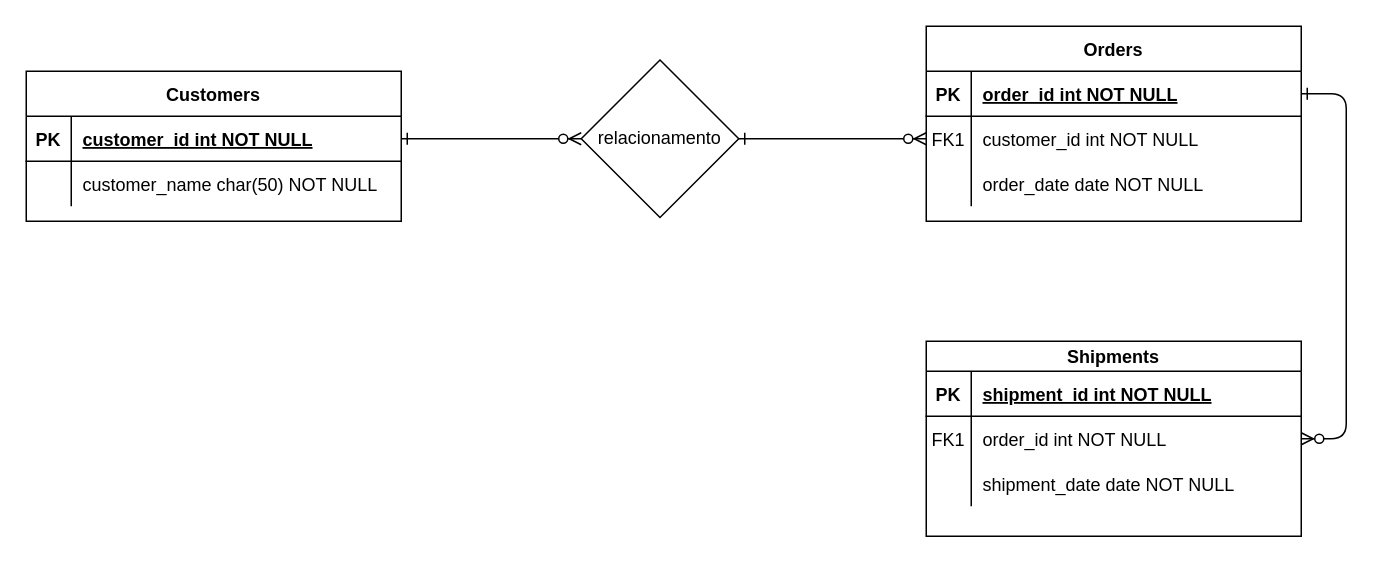
Above: Diagrama sem nome.drawio in malucsta/gerenciamento-de-bolsas (draw.io), before the change. Source tidied: cells renumbered, new cells numbered last; positions are measured from the earlier drawing's top-left corner, leaving out a move shared by most shapes. Both pictures are drawn from the tidied source at 150%, with x=0, y=0 at pixel (26, 26).
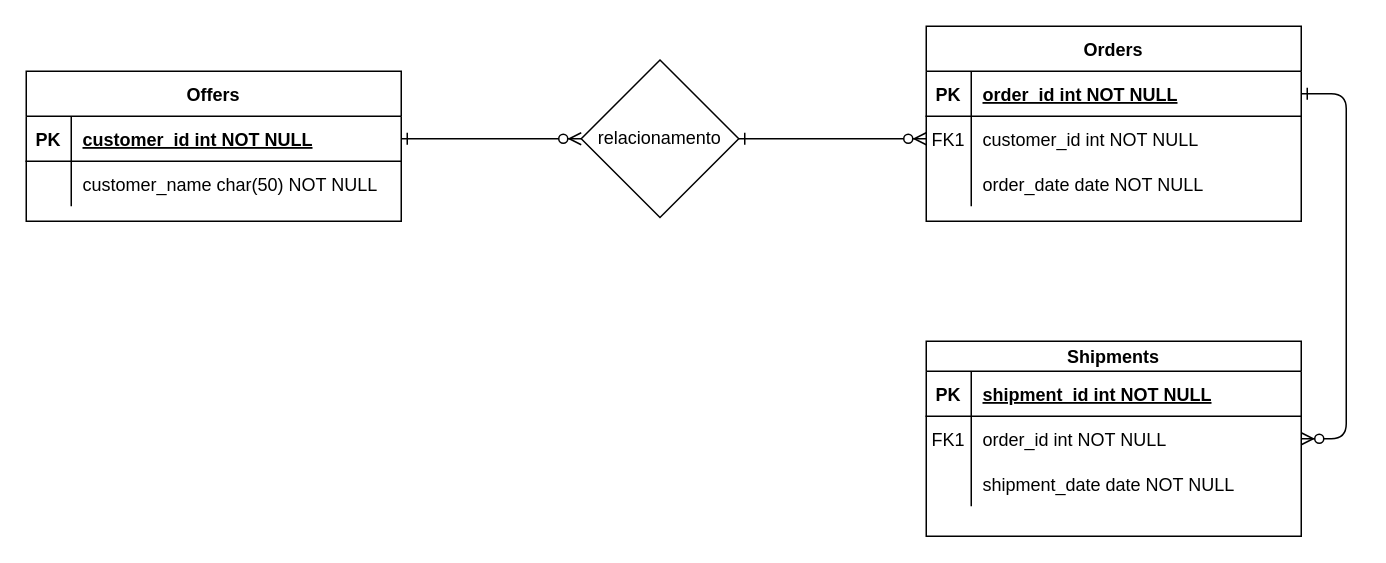
After the change.

Diff of the diagram source:
```diff
@@
-    <mxCell id="24" value="Customers" style="shape=table;startSize=30;childLayout=tableLayout;rowLines=0;fontStyle=1;align=center;" parent="1" vertex="1">
+    <mxCell id="24" value="Offers" style="shape=table;startSize=30;childLayout=tableLayout;rowLines=0;fontStyle=1;align=center;" parent="1" vertex="1">
       <mxGeometry y="30" width="250" height="100" as="geometry" />
     </mxCell>
```
